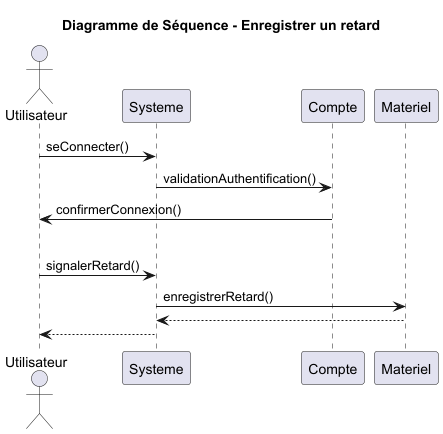
Before: UML/Diagramme_sequence_enregistrer_retard.png, a diagram exported from PlantUML (Egario54/ProjetClubNautique).
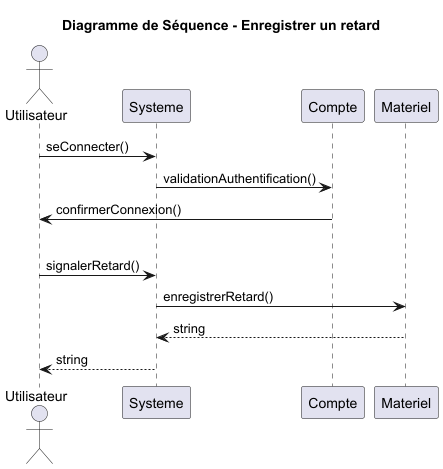
The same diagram one commit later.

Diff of the diagram source:
```diff
@@ -13,7 +13,7 @@
 
 Utilisateur -> Systeme: signalerRetard()
 Systeme -> Materiel: enregistrerRetard()
-Materiel --> Systeme
-Systeme --> Utilisateur
+Materiel --> Systeme: string
+Systeme --> Utilisateur: string
 
 @enduml
```
